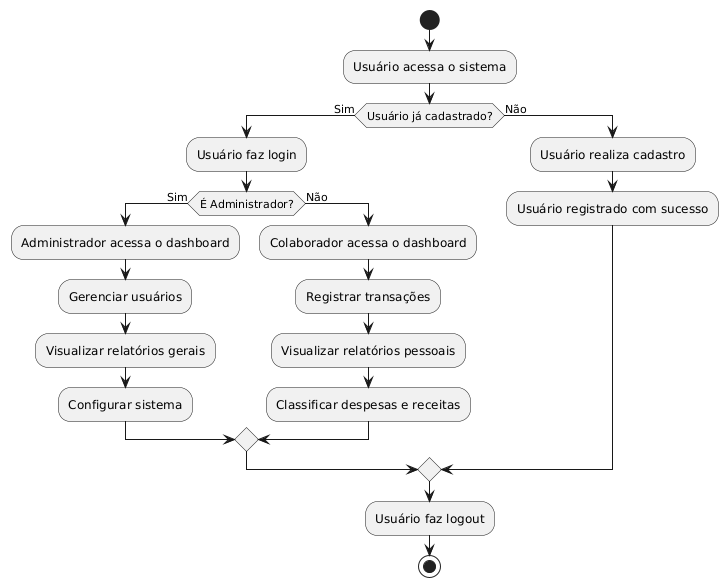
Before: diagramas/DiagramaFluxo.png, a diagram exported from PlantUML (oliveiramarcelo12/ProjetoSistemaOrganizador).
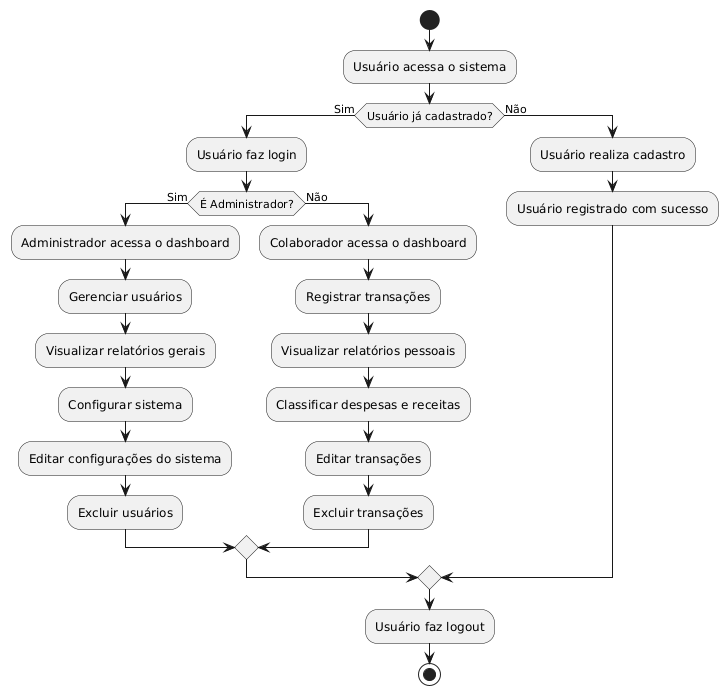
After the change.

Diff of the diagram source:
```diff
@@ -9,11 +9,15 @@
         :Gerenciar usuários;
         :Visualizar relatórios gerais;
         :Configurar sistema;
+        :Editar configurações do sistema;
+        :Excluir usuários;
     else (Não)
         :Colaborador acessa o dashboard;
         :Registrar transações;
         :Visualizar relatórios pessoais;
         :Classificar despesas e receitas;
+        :Editar transações;
+        :Excluir transações;
     endif
 else (Não)
     :Usuário realiza cadastro;
```
